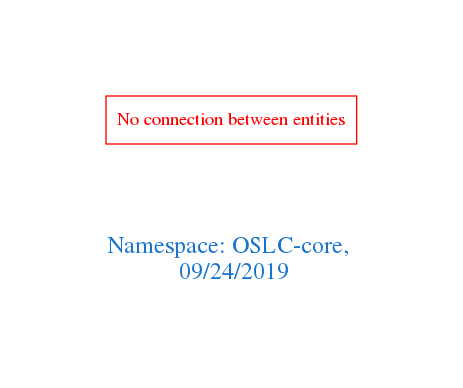
arago/OGIT keeps this Graphviz diagram as downloads/OSLC-core.png. Above is the earlier version. Its source is kept beside it as downloads/OSLC-core.dot.
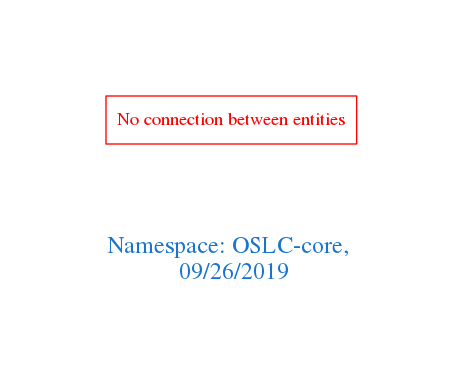
Above is the later version.

What changed in the source:
```diff
@@ -1,7 +1,7 @@
 digraph OGIT_ontology {
  graph [ rankdir= LR,pad=1
 fontsize = 18,
-fontcolor= dodgerblue3,label = "\n\n\nNamespace: OSLC-core, \n 09/24/2019"];
+fontcolor= dodgerblue3,label = "\n\n\nNamespace: OSLC-core, \n 09/26/2019"];
 node[shape=polygon];
 edge [  color="gray81"];
 
```
